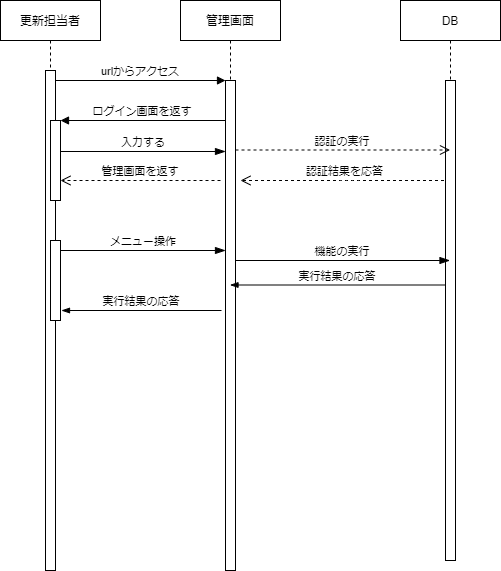
This is シーケンス図2.drawio.png from buyodo/webgis-dev-doc, a draw.io export, as it was before one commit. Source tidied: cells renumbered, new cells last; positions are measured from the earlier drawing's top-left corner, leaving out a move shared by most shapes.
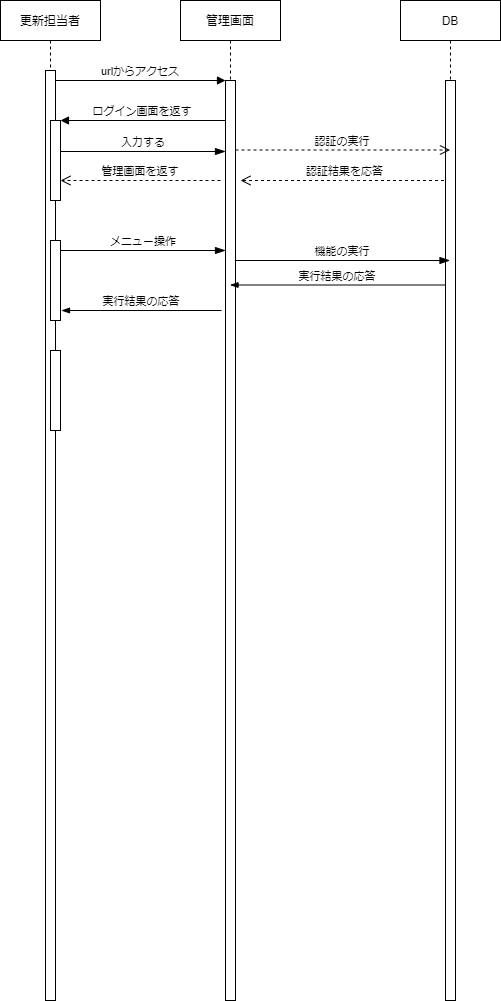
After the change.

Commit message:
シーケンス図2.drawio.png を更新します

Diff of the diagram source:
```diff
@@ -3,10 +3,10 @@
     <mxCell id="0" />
     <mxCell id="1" parent="0" />
     <mxCell id="2" value="更新担当者" style="shape=umlLifeline;perimeter=lifelinePerimeter;rounded=0;shadow=0;strokeWidth=1;" parent="1" vertex="1">
-      <mxGeometry width="100" height="570" as="geometry" />
+      <mxGeometry width="100" height="1000" as="geometry" />
     </mxCell>
     <mxCell id="3" style="points=[];perimeter=orthogonalPerimeter;rounded=0;shadow=0;strokeWidth=1;" parent="2" vertex="1">
-      <mxGeometry x="45" y="70" width="10" height="500" as="geometry" />
+      <mxGeometry x="45" y="70" width="10" height="930" as="geometry" />
     </mxCell>
     <mxCell id="4" style="points=[];perimeter=orthogonalPerimeter;rounded=0;shadow=0;strokeWidth=1;" parent="2" vertex="1">
       <mxGeometry x="50" y="120" width="10" height="80" as="geometry" />
@@ -14,11 +14,14 @@
     <mxCell id="5" style="perimeter=orthogonalPerimeter;rounded=0;shadow=0;strokeWidth=1;" parent="2" vertex="1">
       <mxGeometry x="50" y="240" width="10" height="80" as="geometry" />
     </mxCell>
+    <mxCell id="20" style="perimeter=orthogonalPerimeter;rounded=0;shadow=0;strokeWidth=1;" parent="2" vertex="1">
+      <mxGeometry x="50" y="350" width="10" height="80" as="geometry" />
+    </mxCell>
     <mxCell id="6" value="管理画面" style="shape=umlLifeline;perimeter=lifelinePerimeter;rounded=0;shadow=0;strokeWidth=1;" parent="1" vertex="1">
-      <mxGeometry x="180" width="100" height="570" as="geometry" />
+      <mxGeometry x="180" width="100" height="1000" as="geometry" />
     </mxCell>
     <mxCell id="7" style="points=[];perimeter=orthogonalPerimeter;rounded=0;shadow=0;strokeWidth=1;" parent="6" vertex="1">
-      <mxGeometry x="45" y="80" width="10" height="490" as="geometry" />
+      <mxGeometry x="45" y="80" width="10" height="920" as="geometry" />
     </mxCell>
     <mxCell id="8" value="メニュー操作" style="verticalAlign=bottom;endArrow=blockThin;endSize=8;exitX=1;exitY=0.95;shadow=0;strokeWidth=1;endFill=1;" parent="6" edge="1">
       <mxGeometry relative="1" as="geometry">
@@ -53,10 +56,10 @@
       </mxGeometry>
     </mxCell>
     <mxCell id="14" value="DB" style="shape=umlLifeline;perimeter=lifelinePerimeter;rounded=0;shadow=0;strokeWidth=1;" parent="1" vertex="1">
-      <mxGeometry x="400" width="100" height="560" as="geometry" />
+      <mxGeometry x="400" width="100" height="1000" as="geometry" />
     </mxCell>
     <mxCell id="15" style="perimeter=orthogonalPerimeter;rounded=0;shadow=0;strokeWidth=1;" parent="14" vertex="1">
-      <mxGeometry x="45" y="80" width="10" height="480" as="geometry" />
+      <mxGeometry x="45" y="80" width="10" height="920" as="geometry" />
     </mxCell>
     <mxCell id="16" value="実行結果の応答" style="verticalAlign=bottom;endArrow=blockThin;shadow=0;strokeWidth=1;endFill=1;" parent="14" edge="1" target="6">
       <mxGeometry relative="1" as="geometry">
```
